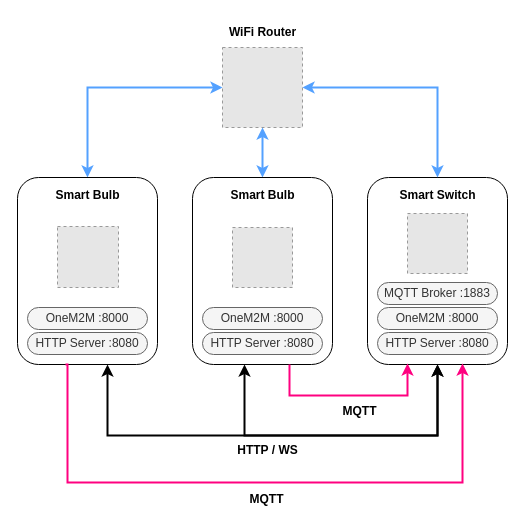
Earlier version of the draw.io diagram page "Architecture" (1 of 4) of assets/diagrams.drawio (daniel-carreira/smart-lighting-onem2m). Source tidied: cells renumbered, new cells numbered last; positions are measured from the earlier drawing's top-left corner, leaving out a move shared by most shapes. Both pictures are drawn from the tidied source at 100%, with x=0, y=0 at pixel (17, 17). Pictures stored in the file or linked from it are replaced by grey dashed boxes.
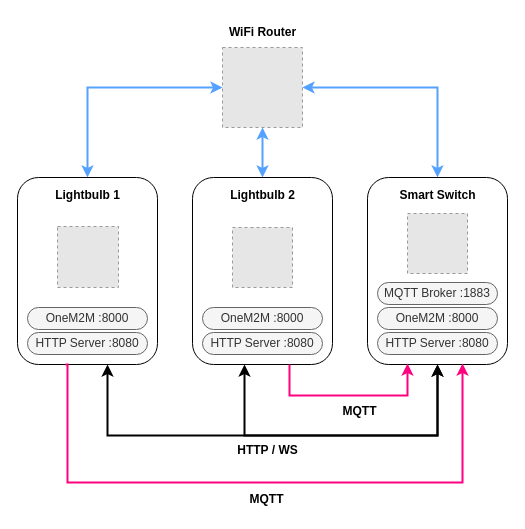
After the change.

What changed in the source:
```diff
@@
-    <mxCell id="14" value="Smart Bulb" style="text;html=1;align=center;verticalAlign=middle;strokeColor=none;fillColor=none;fontStyle=1;" parent="1" vertex="1">
+    <mxCell id="14" value="Lightbulb 2" style="text;html=1;align=center;verticalAlign=middle;strokeColor=none;fillColor=none;fontStyle=1;" parent="1" vertex="1">
       <mxGeometry x="200" y="163" width="90" height="30" as="geometry" />
     </mxCell>
@@
-    <mxCell id="17" value="Smart Bulb" style="text;html=1;align=center;verticalAlign=middle;strokeColor=none;fillColor=none;fontStyle=1;" parent="1" vertex="1">
+    <mxCell id="17" value="Lightbulb 1" style="text;html=1;align=center;verticalAlign=middle;strokeColor=none;fillColor=none;fontStyle=1;" parent="1" vertex="1">
       <mxGeometry x="25" y="163" width="90" height="30" as="geometry" />
     </mxCell>
```
